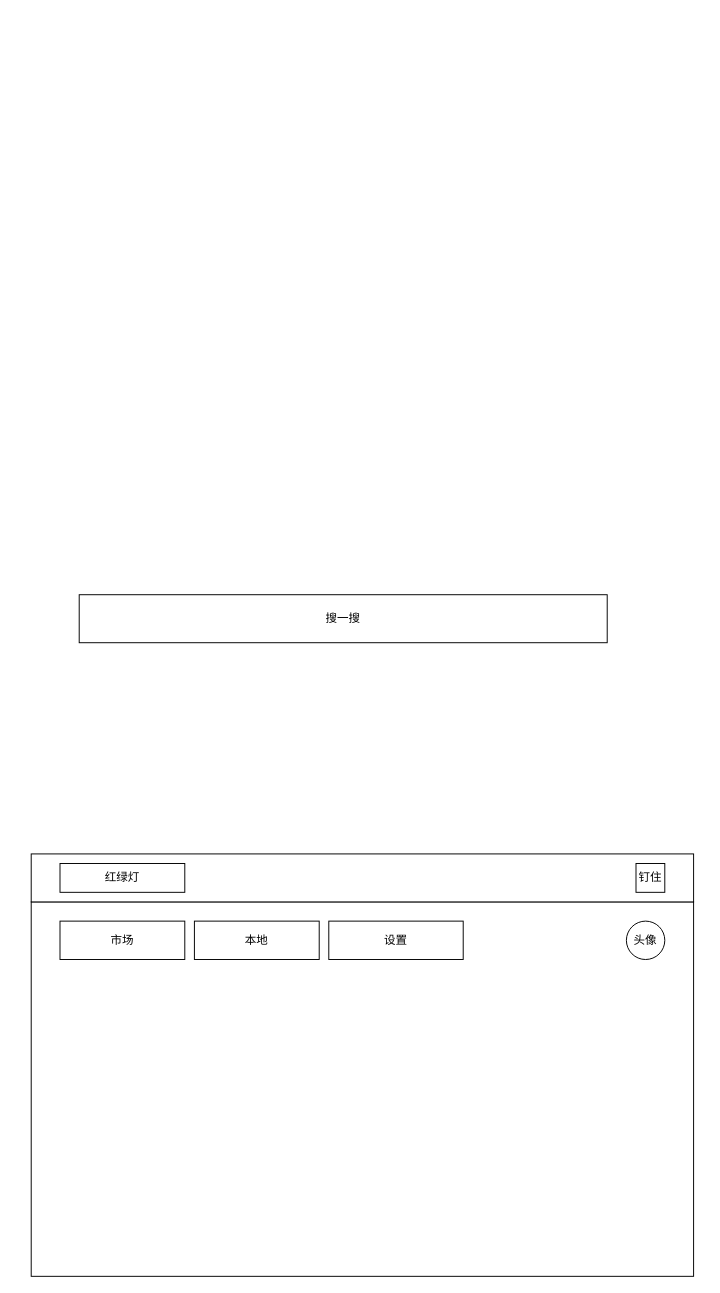
heyingjiee/draw keeps this draw.io diagram as plugin-box.drawio. Above is the earlier version. Source tidied: cells renumbered, new cells numbered last; positions are measured from the earlier drawing's top-left corner, leaving out a move shared by most shapes. Both pictures are drawn from the tidied source at 96%, with x=0, y=0 at pixel (31, 594).
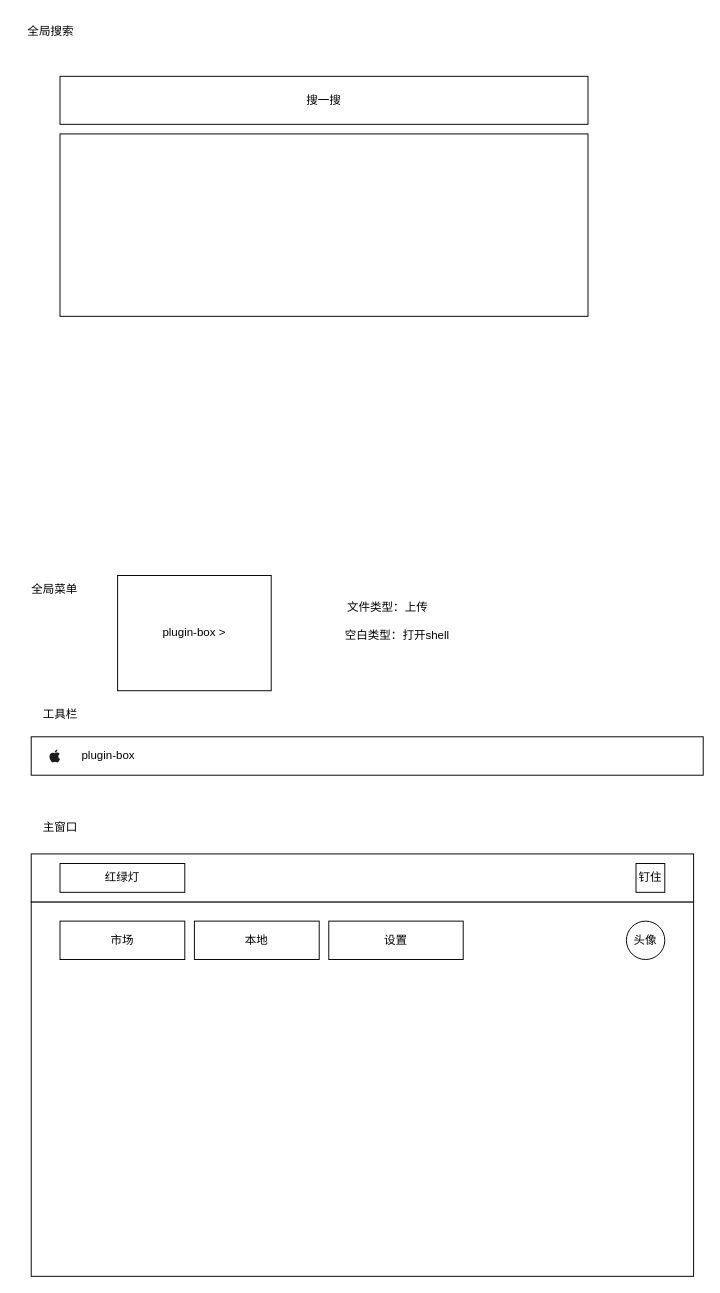
After the change.

The edit, as a diff of the source:
```diff
@@
     <mxCell id="7" value="搜一搜" style="rounded=0;whiteSpace=wrap;html=1;" parent="1" vertex="1">
-      <mxGeometry x="50" width="550" height="50" as="geometry" />
+      <mxGeometry x="30" y="-540" width="550" height="50" as="geometry" />
     </mxCell>
@@
+    <mxCell id="11" style="rounded=0;whiteSpace=wrap;html=1;" parent="1" vertex="1">
+      <mxGeometry x="30" y="-480" width="550" height="190" as="geometry" />
+    </mxCell>
+    <mxCell id="12" style="rounded=0;whiteSpace=wrap;html=1;" parent="1" vertex="1">
+      <mxGeometry y="148" width="700" height="40" as="geometry" />
+    </mxCell>
+    <mxCell id="13" value="工具栏" style="text;html=1;align=center;verticalAlign=middle;strokeColor=none;fillColor=none;" parent="1" vertex="1">
+      <mxGeometry y="110" width="60" height="30" as="geometry" />
+    </mxCell>
+    <mxCell id="14" value="主窗口" style="text;html=1;align=center;verticalAlign=middle;strokeColor=none;fillColor=none;" parent="1" vertex="1">
+      <mxGeometry y="228" width="60" height="30" as="geometry" />
+    </mxCell>
+    <mxCell id="15" value="全局搜索" style="text;html=1;align=center;verticalAlign=middle;strokeColor=none;fillColor=none;" parent="1" vertex="1">
+      <mxGeometry x="-15" y="-602" width="70" height="30" as="geometry" />
+    </mxCell>
+    <mxCell id="16" style="dashed=0;html=1;align=center;labelPosition=center;verticalLabelPosition=bottom;verticalAlign=top;shape=mxgraph.weblogos.apple;fillColor=#1B1C1C;strokeColor=none;" parent="1" vertex="1">
+      <mxGeometry x="18.8" y="161.2" width="11.2" height="13.7" as="geometry" />
+    </mxCell>
+    <mxCell id="17" value="plugin-box" style="text;html=1;align=center;verticalAlign=middle;strokeColor=none;fillColor=none;" parent="1" vertex="1">
+      <mxGeometry x="40" y="153" width="80" height="30" as="geometry" />
+    </mxCell>
+    <mxCell id="18" value="全局菜单" style="text;html=1;align=center;verticalAlign=middle;strokeColor=none;fillColor=none;" parent="1" vertex="1">
+      <mxGeometry x="-10.6" y="-20" width="70" height="30" as="geometry" />
+    </mxCell>
+    <mxCell id="19" value="plugin-box &amp;gt;" style="rounded=0;whiteSpace=wrap;html=1;" parent="1" vertex="1">
+      <mxGeometry x="90" y="-20" width="160" height="120" as="geometry" />
+    </mxCell>
+    <mxCell id="20" value="文件类型：上传" style="text;html=1;align=center;verticalAlign=middle;strokeColor=none;fillColor=none;" parent="1" vertex="1">
+      <mxGeometry x="316" y="-2" width="110" height="30" as="geometry" />
+    </mxCell>
+    <mxCell id="21" value="空白类型：打开shell" style="text;html=1;align=center;verticalAlign=middle;strokeColor=none;fillColor=none;" parent="1" vertex="1">
+      <mxGeometry x="316" y="28" width="130" height="30" as="geometry" />
+    </mxCell>
```
